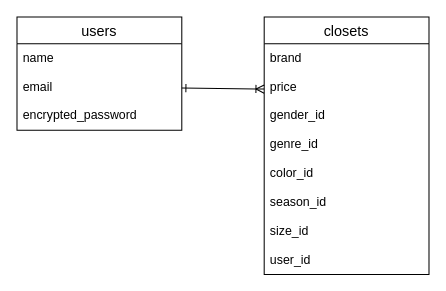
Earlier version of the draw.io diagram ER.dio (Tsukumo290/app-38322). Source tidied: cells renumbered, new cells numbered last; positions are measured from the earlier drawing's top-left corner, leaving out a move shared by most shapes. Both pictures are drawn from the tidied source at 103%, with x=0, y=0 at pixel (16, 16).
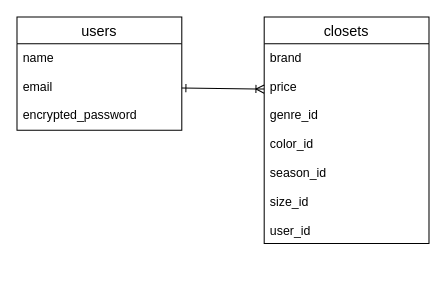
Above is the later version.

Commit message (it also covers changes not shown here):
データベース設計の追記

What changed in the source:
```diff
@@
 <mxGraphModel>
   <root>
     <mxCell id="0" />
     <mxCell id="1" parent="0" />
     <mxCell id="2" value="users" style="swimlane;fontStyle=0;horizontal=1;startSize=26;align=center;fontSize=14;" parent="1" vertex="1">
       <mxGeometry width="160" height="110" as="geometry" />
     </mxCell>
     <mxCell id="3" value="name&#10;&#10;email&#10;&#10;encrypted_password" style="text;strokeColor=none;fillColor=none;spacingLeft=4;spacingRight=4;overflow=hidden;points=[[0,0.5],[1,0.5]];portConstraint=eastwest;fontSize=12;" parent="2" vertex="1">
       <mxGeometry y="26" width="160" height="84" as="geometry" />
     </mxCell>
     <mxCell id="4" value="closets" style="swimlane;fontStyle=0;horizontal=1;startSize=26;align=center;fontSize=14;" parent="1" vertex="1">
-      <mxGeometry x="240" width="160" height="250" as="geometry" />
+      <mxGeometry x="240" width="160" height="220" as="geometry" />
     </mxCell>
-    <mxCell id="5" value="brand&#10;&#10;price&#10;&#10;gender_id&#10;&#10;genre_id&#10;&#10;color_id&#10;&#10;season_id&#10;&#10;size_id&#10;&#10;user_id" style="text;strokeColor=none;fillColor=none;spacingLeft=4;spacingRight=4;overflow=hidden;fontSize=12;" parent="4" vertex="1">
-      <mxGeometry y="26" width="160" height="224" as="geometry" />
+    <mxCell id="5" value="brand&#10;&#10;price&#10;&#10;genre_id&#10;&#10;color_id&#10;&#10;season_id&#10;&#10;size_id&#10;&#10;user_id" style="text;strokeColor=none;fillColor=none;spacingLeft=4;spacingRight=4;overflow=hidden;fontSize=12;" parent="4" vertex="1">
+      <mxGeometry y="26" width="160" height="194" as="geometry" />
     </mxCell>
     <mxCell id="6" style="edgeStyle=none;html=1;startArrow=ERone;startFill=0;endArrow=ERoneToMany;endFill=0;" parent="1" edge="1" source="3">
       <mxGeometry relative="1" as="geometry">
         <mxPoint x="240" y="70" as="targetPoint" />
       </mxGeometry>
     </mxCell>
   </root>
 </mxGraphModel>
```
